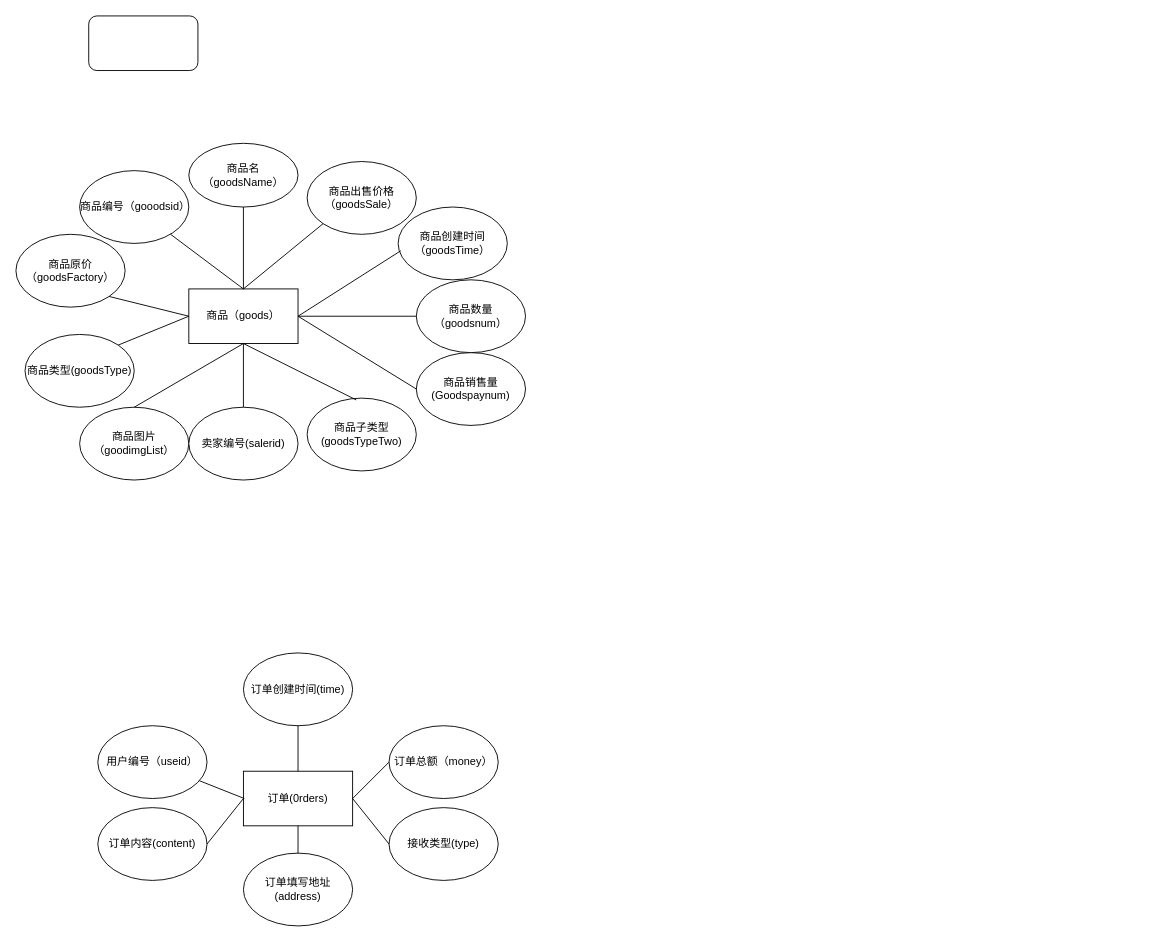
zyjsun/mystudy keeps this draw.io diagram as workspace/test.drawio. Above is the earlier version. Source tidied: cells renumbered, new cells numbered last; positions are measured from the earlier drawing's top-left corner, leaving out a move shared by most shapes. Both pictures are drawn from the tidied source at 91%, with x=0, y=0 at pixel (15, 15).
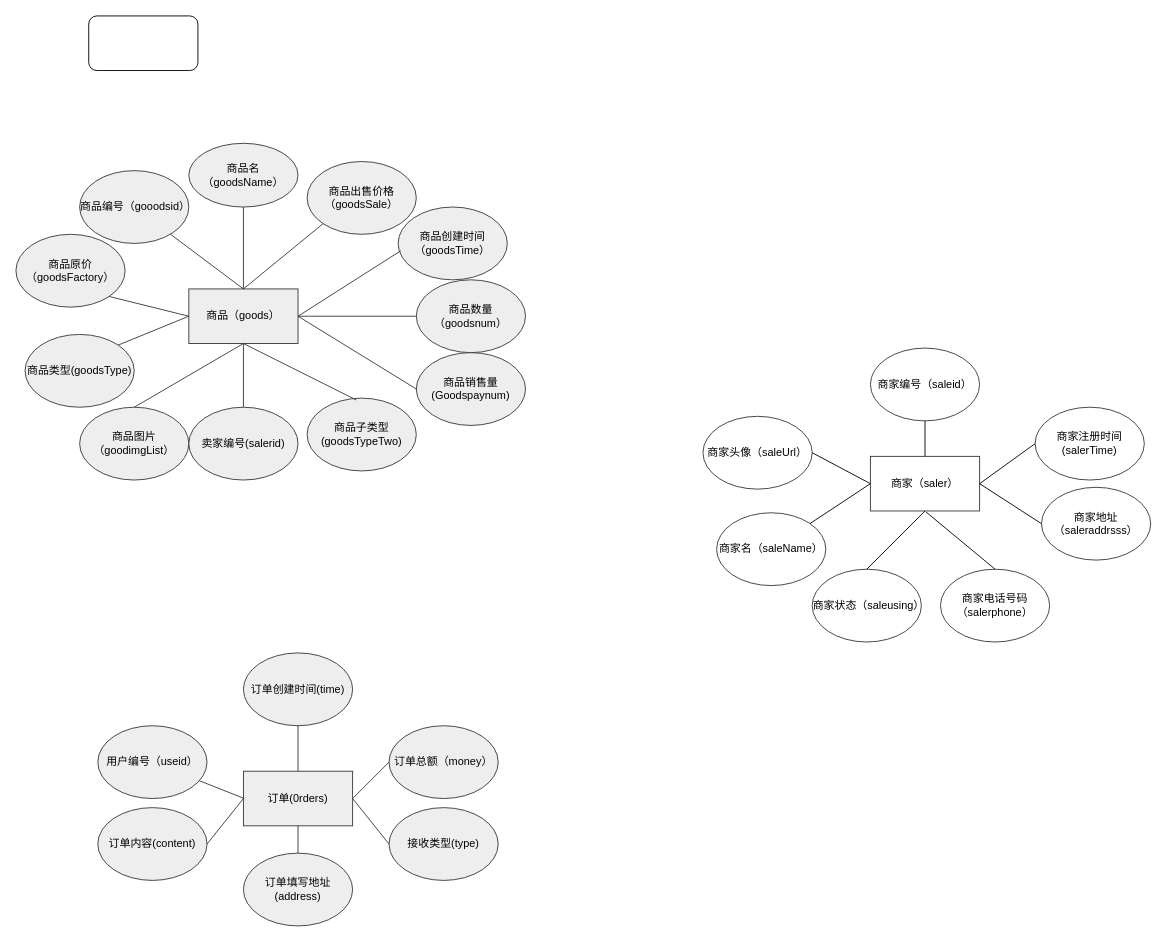
Above is the later version.

The edit, as a diff of the source:
```diff
@@
-<mxGraphModel>
+<mxGraphModel background="#FFFFFF">
@@
-    <mxCell id="3" value="商品（goods）" style="rounded=0;whiteSpace=wrap;html=1;" parent="1" vertex="1">
+    <mxCell id="3" value="商品（goods）" style="rounded=0;whiteSpace=wrap;html=1;fillColor=#eeeeee;strokeColor=#36393d;fontColor=#000000;" parent="1" vertex="1">
       <mxGeometry x="190" y="300" width="120" height="60" as="geometry" />
     </mxCell>
-    <mxCell id="4" value="商品原价（goodsFactory）" style="ellipse;whiteSpace=wrap;html=1;" parent="1" vertex="1">
+    <mxCell id="4" value="商品原价（goodsFactory）" style="ellipse;whiteSpace=wrap;html=1;fillColor=#eeeeee;strokeColor=#36393d;fontColor=#000000;" parent="1" vertex="1">
       <mxGeometry y="240" width="120" height="80" as="geometry" />
     </mxCell>
-    <mxCell id="5" value="商品名（goodsName）" style="ellipse;whiteSpace=wrap;html=1;" parent="1" vertex="1">
+    <mxCell id="5" value="商品名（goodsName）" style="ellipse;whiteSpace=wrap;html=1;fillColor=#eeeeee;strokeColor=#36393d;fontColor=#000000;" parent="1" vertex="1">
       <mxGeometry x="190" y="140" width="120" height="70" as="geometry" />
     </mxCell>
-    <mxCell id="6" value="商品销售量(Goodspaynum)" style="ellipse;whiteSpace=wrap;html=1;" parent="1" vertex="1">
+    <mxCell id="6" value="商品销售量(Goodspaynum)" style="ellipse;whiteSpace=wrap;html=1;fillColor=#eeeeee;strokeColor=#36393d;fontColor=#000000;" parent="1" vertex="1">
       <mxGeometry x="440" y="370" width="120" height="80" as="geometry" />
     </mxCell>
-    <mxCell id="7" style="endArrow=none;html=1;exitX=0.5;exitY=0;exitDx=0;exitDy=0;entryX=0.5;entryY=1;entryDx=0;entryDy=0;" parent="1" edge="1" source="3" target="5">
+    <mxCell id="7" style="endArrow=none;html=1;exitX=0.5;exitY=0;exitDx=0;exitDy=0;entryX=0.5;entryY=1;entryDx=0;entryDy=0;fillColor=#eeeeee;strokeColor=#36393d;fontColor=#000000;" parent="1" edge="1" source="3" target="5">
       <mxGeometry relative="1" as="geometry" />
     </mxCell>
-    <mxCell id="8" style="endArrow=none;html=1;entryX=0;entryY=0.5;entryDx=0;entryDy=0;" parent="1" edge="1" target="6">
+    <mxCell id="8" style="endArrow=none;html=1;entryX=0;entryY=0.5;entryDx=0;entryDy=0;fillColor=#eeeeee;strokeColor=#36393d;fontColor=#000000;" parent="1" edge="1" target="6">
       <mxGeometry relative="1" as="geometry">
         <mxPoint x="310" y="330" as="sourcePoint" />
       </mxGeometry>
     </mxCell>
-    <mxCell id="9" style="endArrow=none;html=1;entryX=0;entryY=0.5;entryDx=0;entryDy=0;exitX=1;exitY=1;exitDx=0;exitDy=0;" parent="1" edge="1" source="4" target="3">
+    <mxCell id="9" style="endArrow=none;html=1;entryX=0;entryY=0.5;entryDx=0;entryDy=0;exitX=1;exitY=1;exitDx=0;exitDy=0;fillColor=#eeeeee;strokeColor=#36393d;fontColor=#000000;" parent="1" edge="1" source="4" target="3">
       <mxGeometry relative="1" as="geometry" />
     </mxCell>
-    <mxCell id="10" value="商品图片（goodimgList）" style="ellipse;whiteSpace=wrap;html=1;" parent="1" vertex="1">
+    <mxCell id="10" value="商品图片（goodimgList）" style="ellipse;whiteSpace=wrap;html=1;fillColor=#eeeeee;strokeColor=#36393d;fontColor=#000000;" parent="1" vertex="1">
       <mxGeometry x="70" y="430" width="120" height="80" as="geometry" />
     </mxCell>
-    <mxCell id="11" style="endArrow=none;html=1;entryX=0.5;entryY=1;entryDx=0;entryDy=0;exitX=0.5;exitY=0;exitDx=0;exitDy=0;" parent="1" edge="1" source="10" target="3">
+    <mxCell id="11" style="endArrow=none;html=1;entryX=0.5;entryY=1;entryDx=0;entryDy=0;exitX=0.5;exitY=0;exitDx=0;exitDy=0;fillColor=#eeeeee;strokeColor=#36393d;fontColor=#000000;" parent="1" edge="1" source="10" target="3">
       <mxGeometry relative="1" as="geometry" />
     </mxCell>
-    <mxCell id="12" value="卖家编号(salerid)" style="ellipse;whiteSpace=wrap;html=1;" parent="1" vertex="1">
+    <mxCell id="12" value="卖家编号(salerid)" style="ellipse;whiteSpace=wrap;html=1;fillColor=#eeeeee;strokeColor=#36393d;fontColor=#000000;" parent="1" vertex="1">
       <mxGeometry x="190" y="430" width="120" height="80" as="geometry" />
     </mxCell>
-    <mxCell id="13" style="endArrow=none;html=1;" parent="1" edge="1" source="12">
+    <mxCell id="13" style="endArrow=none;html=1;fillColor=#eeeeee;strokeColor=#36393d;fontColor=#000000;" parent="1" edge="1" source="12">
       <mxGeometry relative="1" as="geometry">
         <mxPoint x="250" y="360" as="targetPoint" />
       </mxGeometry>
     </mxCell>
-    <mxCell id="14" value="商品编号（gooodsid）" style="ellipse;whiteSpace=wrap;html=1;" parent="1" vertex="1">
+    <mxCell id="14" value="商品编号（gooodsid）" style="ellipse;whiteSpace=wrap;html=1;fillColor=#eeeeee;strokeColor=#36393d;fontColor=#000000;" parent="1" vertex="1">
       <mxGeometry x="70" y="170" width="120" height="80" as="geometry" />
     </mxCell>
-    <mxCell id="15" style="endArrow=none;html=1;" parent="1" edge="1" source="14">
+    <mxCell id="15" style="endArrow=none;html=1;fillColor=#eeeeee;strokeColor=#36393d;fontColor=#000000;" parent="1" edge="1" source="14">
       <mxGeometry relative="1" as="geometry">
         <mxPoint x="250" y="300" as="targetPoint" />
       </mxGeometry>
     </mxCell>
-    <mxCell id="16" value="商品出售价格（goodsSale）" style="ellipse;whiteSpace=wrap;html=1;" parent="1" vertex="1">
+    <mxCell id="16" value="商品出售价格（goodsSale）" style="ellipse;whiteSpace=wrap;html=1;shadow=0;fillColor=#eeeeee;strokeColor=#36393d;fontColor=#000000;" parent="1" vertex="1">
       <mxGeometry x="320" y="160" width="120" height="80" as="geometry" />
     </mxCell>
-    <mxCell id="17" style="endArrow=none;html=1;exitX=0.5;exitY=0;exitDx=0;exitDy=0;entryX=0;entryY=1;entryDx=0;entryDy=0;" parent="1" edge="1" source="3" target="16">
+    <mxCell id="17" style="endArrow=none;html=1;exitX=0.5;exitY=0;exitDx=0;exitDy=0;entryX=0;entryY=1;entryDx=0;entryDy=0;fillColor=#eeeeee;strokeColor=#36393d;fontColor=#000000;" parent="1" edge="1" source="3" target="16">
       <mxGeometry relative="1" as="geometry" />
     </mxCell>
-    <mxCell id="18" value="商品类型(goodsType)" style="ellipse;whiteSpace=wrap;html=1;" parent="1" vertex="1">
+    <mxCell id="18" value="商品类型(goodsType)" style="ellipse;whiteSpace=wrap;html=1;fillColor=#eeeeee;strokeColor=#36393d;fontColor=#000000;" parent="1" vertex="1">
       <mxGeometry x="10" y="350" width="120" height="80" as="geometry" />
     </mxCell>
-    <mxCell id="19" value="商品子类型(goodsTypeTwo)" style="ellipse;whiteSpace=wrap;html=1;" parent="1" vertex="1">
+    <mxCell id="19" value="商品子类型(goodsTypeTwo)" style="ellipse;whiteSpace=wrap;html=1;fillColor=#eeeeee;strokeColor=#36393d;fontColor=#000000;" parent="1" vertex="1">
       <mxGeometry x="320" y="420" width="120" height="80" as="geometry" />
     </mxCell>
-    <mxCell id="20" style="endArrow=none;html=1;exitX=1;exitY=0;exitDx=0;exitDy=0;entryX=0;entryY=0.5;entryDx=0;entryDy=0;" parent="1" edge="1" source="18" target="3">
+    <mxCell id="20" style="endArrow=none;html=1;exitX=1;exitY=0;exitDx=0;exitDy=0;entryX=0;entryY=0.5;entryDx=0;entryDy=0;fillColor=#eeeeee;strokeColor=#36393d;fontColor=#000000;" parent="1" edge="1" source="18" target="3">
       <mxGeometry relative="1" as="geometry" />
     </mxCell>
-    <mxCell id="21" style="endArrow=none;html=1;exitX=0.45;exitY=0.025;exitDx=0;exitDy=0;exitPerimeter=0;" parent="1" edge="1" source="19">
+    <mxCell id="21" style="endArrow=none;html=1;exitX=0.45;exitY=0.025;exitDx=0;exitDy=0;exitPerimeter=0;fillColor=#eeeeee;strokeColor=#36393d;fontColor=#000000;" parent="1" edge="1" source="19">
       <mxGeometry relative="1" as="geometry">
         <mxPoint x="250" y="360" as="targetPoint" />
       </mxGeometry>
     </mxCell>
-    <mxCell id="22" value="商品数量（goodsnum）" style="ellipse;whiteSpace=wrap;html=1;" parent="1" vertex="1">
+    <mxCell id="22" value="商品数量（goodsnum）" style="ellipse;whiteSpace=wrap;html=1;fillColor=#eeeeee;strokeColor=#36393d;fontColor=#000000;" parent="1" vertex="1">
       <mxGeometry x="440" y="290" width="120" height="80" as="geometry" />
     </mxCell>
-    <mxCell id="23" value="商品创建时间（goodsTime）" style="ellipse;whiteSpace=wrap;html=1;" parent="1" vertex="1">
+    <mxCell id="23" value="商品创建时间（goodsTime）" style="ellipse;whiteSpace=wrap;html=1;fillColor=#eeeeee;strokeColor=#36393d;fontColor=#000000;" parent="1" vertex="1">
       <mxGeometry x="420" y="210" width="120" height="80" as="geometry" />
     </mxCell>
-    <mxCell id="24" style="endArrow=none;html=1;entryX=0;entryY=0.5;entryDx=0;entryDy=0;exitX=1;exitY=0.5;exitDx=0;exitDy=0;" parent="1" edge="1" source="3" target="22">
+    <mxCell id="24" style="endArrow=none;html=1;entryX=0;entryY=0.5;entryDx=0;entryDy=0;exitX=1;exitY=0.5;exitDx=0;exitDy=0;fillColor=#eeeeee;strokeColor=#36393d;fontColor=#000000;" parent="1" edge="1" source="3" target="22">
       <mxGeometry relative="1" as="geometry" />
     </mxCell>
-    <mxCell id="25" style="endArrow=none;html=1;entryX=0.025;entryY=0.6;entryDx=0;entryDy=0;entryPerimeter=0;exitX=1;exitY=0.5;exitDx=0;exitDy=0;" parent="1" edge="1" source="3" target="23">
+    <mxCell id="25" style="endArrow=none;html=1;entryX=0.025;entryY=0.6;entryDx=0;entryDy=0;entryPerimeter=0;exitX=1;exitY=0.5;exitDx=0;exitDy=0;fillColor=#eeeeee;strokeColor=#36393d;fontColor=#000000;" parent="1" edge="1" source="3" target="23">
       <mxGeometry relative="1" as="geometry" />
     </mxCell>
-    <mxCell id="26" value="订单(0rders)" style="rounded=0;whiteSpace=wrap;html=1;" parent="1" vertex="1">
+    <mxCell id="26" value="订单(0rders)" style="rounded=0;whiteSpace=wrap;html=1;fillColor=#eeeeee;strokeColor=#36393d;fontColor=#000000;" parent="1" vertex="1">
       <mxGeometry x="250" y="830" width="120" height="60" as="geometry" />
     </mxCell>
-    <mxCell id="27" value="订单内容(content)" style="ellipse;whiteSpace=wrap;html=1;" parent="1" vertex="1">
+    <mxCell id="27" value="订单内容(content)" style="ellipse;whiteSpace=wrap;html=1;fillColor=#eeeeee;strokeColor=#36393d;fontColor=#000000;" parent="1" vertex="1">
       <mxGeometry x="90" y="870" width="120" height="80" as="geometry" />
     </mxCell>
-    <mxCell id="28" value="订单填写地址(address)" style="ellipse;whiteSpace=wrap;html=1;" parent="1" vertex="1">
+    <mxCell id="28" value="订单填写地址(address)" style="ellipse;whiteSpace=wrap;html=1;fillColor=#eeeeee;strokeColor=#36393d;fontColor=#000000;" parent="1" vertex="1">
       <mxGeometry x="250" y="920" width="120" height="80" as="geometry" />
     </mxCell>
-    <mxCell id="29" value="接收类型(type)" style="ellipse;whiteSpace=wrap;html=1;" parent="1" vertex="1">
+    <mxCell id="29" value="接收类型(type)" style="ellipse;whiteSpace=wrap;html=1;fillColor=#eeeeee;strokeColor=#36393d;fontColor=#000000;" parent="1" vertex="1">
       <mxGeometry x="410" y="870" width="120" height="80" as="geometry" />
     </mxCell>
-    <mxCell id="30" value="订单创建时间(time)" style="ellipse;whiteSpace=wrap;html=1;" parent="1" vertex="1">
+    <mxCell id="30" value="订单创建时间(time)" style="ellipse;whiteSpace=wrap;html=1;fillColor=#eeeeee;strokeColor=#36393d;fontColor=#000000;" parent="1" vertex="1">
       <mxGeometry x="250" y="700" width="120" height="80" as="geometry" />
     </mxCell>
-    <mxCell id="31" style="endArrow=none;html=1;exitX=1;exitY=0.5;exitDx=0;exitDy=0;entryX=0;entryY=0.5;entryDx=0;entryDy=0;" parent="1" edge="1" source="27" target="26">
+    <mxCell id="31" style="endArrow=none;html=1;exitX=1;exitY=0.5;exitDx=0;exitDy=0;entryX=0;entryY=0.5;entryDx=0;entryDy=0;fillColor=#eeeeee;strokeColor=#36393d;fontColor=#000000;" parent="1" edge="1" source="27" target="26">
       <mxGeometry relative="1" as="geometry" />
     </mxCell>
-    <mxCell id="32" style="endArrow=none;html=1;entryX=0.5;entryY=1;entryDx=0;entryDy=0;" parent="1" edge="1" target="26">
+    <mxCell id="32" style="endArrow=none;html=1;entryX=0.5;entryY=1;entryDx=0;entryDy=0;fillColor=#eeeeee;strokeColor=#36393d;fontColor=#000000;" parent="1" edge="1" target="26">
       <mxGeometry relative="1" as="geometry">
         <mxPoint x="310" y="920" as="sourcePoint" />
       </mxGeometry>
     </mxCell>
-    <mxCell id="33" style="endArrow=none;html=1;entryX=0.5;entryY=1;entryDx=0;entryDy=0;" parent="1" edge="1" target="30">
+    <mxCell id="33" style="endArrow=none;html=1;entryX=0.5;entryY=1;entryDx=0;entryDy=0;fillColor=#eeeeee;strokeColor=#36393d;fontColor=#000000;" parent="1" edge="1" target="30">
       <mxGeometry relative="1" as="geometry">
         <mxPoint x="310" y="830" as="sourcePoint" />
       </mxGeometry>
     </mxCell>
-    <mxCell id="34" style="endArrow=none;html=1;exitX=0;exitY=0.5;exitDx=0;exitDy=0;entryX=1;entryY=0.5;entryDx=0;entryDy=0;" parent="1" edge="1" source="29" target="26">
+    <mxCell id="34" style="endArrow=none;html=1;exitX=0;exitY=0.5;exitDx=0;exitDy=0;entryX=1;entryY=0.5;entryDx=0;entryDy=0;fillColor=#eeeeee;strokeColor=#36393d;fontColor=#000000;" parent="1" edge="1" source="29" target="26">
       <mxGeometry relative="1" as="geometry" />
     </mxCell>
-    <mxCell id="35" value="用户编号（useid）" style="ellipse;whiteSpace=wrap;html=1;" parent="1" vertex="1">
+    <mxCell id="35" value="用户编号（useid）" style="ellipse;whiteSpace=wrap;html=1;fillColor=#eeeeee;strokeColor=#36393d;fontColor=#000000;" parent="1" vertex="1">
       <mxGeometry x="90" y="780" width="120" height="80" as="geometry" />
     </mxCell>
-    <mxCell id="36" value="订单总额（money）" style="ellipse;whiteSpace=wrap;html=1;" parent="1" vertex="1">
+    <mxCell id="36" value="订单总额（money）" style="ellipse;whiteSpace=wrap;html=1;fillColor=#eeeeee;strokeColor=#36393d;fontColor=#000000;" parent="1" vertex="1">
       <mxGeometry x="410" y="780" width="120" height="80" as="geometry" />
     </mxCell>
-    <mxCell id="37" style="endArrow=none;html=1;" parent="1" edge="1" source="35">
+    <mxCell id="37" style="endArrow=none;html=1;fillColor=#eeeeee;strokeColor=#36393d;fontColor=#000000;" parent="1" edge="1" source="35">
       <mxGeometry relative="1" as="geometry">
         <mxPoint x="251" y="860" as="targetPoint" />
       </mxGeometry>
     </mxCell>
-    <mxCell id="38" style="endArrow=none;html=1;exitX=1;exitY=0.5;exitDx=0;exitDy=0;entryX=0;entryY=0.5;entryDx=0;entryDy=0;" parent="1" edge="1" source="26" target="36">
+    <mxCell id="38" style="endArrow=none;html=1;exitX=1;exitY=0.5;exitDx=0;exitDy=0;entryX=0;entryY=0.5;entryDx=0;entryDy=0;fillColor=#eeeeee;strokeColor=#36393d;fontColor=#000000;" parent="1" edge="1" source="26" target="36">
       <mxGeometry relative="1" as="geometry" />
     </mxCell>
+    <mxCell id="39" value="商家（saler）" style="rounded=0;whiteSpace=wrap;html=1;shadow=0;strokeColor=#36393d;fontColor=#000000;fillColor=none;" parent="1" vertex="1">
+      <mxGeometry x="939" y="484" width="120" height="60" as="geometry" />
+    </mxCell>
+    <mxCell id="40" value="商家头像（saleUrl）" style="ellipse;whiteSpace=wrap;html=1;shadow=0;strokeColor=#36393d;fontColor=#000000;fillColor=none;" parent="1" vertex="1">
+      <mxGeometry x="755" y="440" width="120" height="80" as="geometry" />
+    </mxCell>
+    <mxCell id="41" value="商家状态（saleusing）" style="ellipse;whiteSpace=wrap;html=1;shadow=0;strokeColor=#36393d;fontColor=#000000;fillColor=none;" parent="1" vertex="1">
+      <mxGeometry x="875" y="608" width="120" height="80" as="geometry" />
+    </mxCell>
+    <mxCell id="42" value="商家编号（saleid）" style="ellipse;whiteSpace=wrap;html=1;shadow=0;strokeColor=#36393d;fontColor=#000000;fillColor=none;" parent="1" vertex="1">
+      <mxGeometry x="939" y="365" width="120" height="80" as="geometry" />
+    </mxCell>
+    <mxCell id="43" value="商家注册时间(salerTime)" style="ellipse;whiteSpace=wrap;html=1;shadow=0;strokeColor=#36393d;fontColor=#000000;fillColor=none;" parent="1" vertex="1">
+      <mxGeometry x="1120" y="430" width="120" height="80" as="geometry" />
+    </mxCell>
+    <mxCell id="44" style="endArrow=none;html=1;fontColor=#000000;exitX=1;exitY=0.5;exitDx=0;exitDy=0;entryX=0;entryY=0.5;entryDx=0;entryDy=0;strokeColor=#000000;" parent="1" edge="1" source="40" target="39">
+      <mxGeometry relative="1" as="geometry" />
+    </mxCell>
+    <mxCell id="45" style="endArrow=none;html=1;fontColor=#000000;exitX=0.5;exitY=0;exitDx=0;exitDy=0;entryX=0.5;entryY=1;entryDx=0;entryDy=0;strokeColor=#000000;" parent="1" edge="1" source="41" target="39">
+      <mxGeometry relative="1" as="geometry" />
+    </mxCell>
+    <mxCell id="46" style="endArrow=none;html=1;fontColor=#000000;exitX=0.5;exitY=1;exitDx=0;exitDy=0;entryX=0.5;entryY=0;entryDx=0;entryDy=0;strokeColor=#000000;" parent="1" edge="1" source="42" target="39">
+      <mxGeometry relative="1" as="geometry" />
+    </mxCell>
+    <mxCell id="47" style="endArrow=none;html=1;fontColor=#000000;exitX=0;exitY=0.5;exitDx=0;exitDy=0;entryX=1;entryY=0.5;entryDx=0;entryDy=0;strokeColor=#000000;" parent="1" edge="1" source="43" target="39">
+      <mxGeometry relative="1" as="geometry" />
+    </mxCell>
+    <mxCell id="48" value="商家地址（saleraddrsss）" style="ellipse;whiteSpace=wrap;html=1;shadow=0;strokeColor=#36393d;fontColor=#000000;fillColor=none;" parent="1" vertex="1">
+      <mxGeometry x="1127" y="518" width="120" height="80" as="geometry" />
+    </mxCell>
+    <mxCell id="49" value="商家名（saleName）" style="ellipse;whiteSpace=wrap;html=1;shadow=0;strokeColor=#36393d;fontColor=#000000;fillColor=none;" parent="1" vertex="1">
+      <mxGeometry x="770" y="546" width="120" height="80" as="geometry" />
+    </mxCell>
+    <mxCell id="50" style="endArrow=none;html=1;fontColor=#000000;exitX=0;exitY=0.5;exitDx=0;exitDy=0;strokeColor=#000000;" parent="1" edge="1" source="39" target="49">
+      <mxGeometry relative="1" as="geometry" />
+    </mxCell>
+    <mxCell id="51" style="endArrow=none;html=1;fontColor=#000000;exitX=0;exitY=0.5;exitDx=0;exitDy=0;entryX=1;entryY=0.5;entryDx=0;entryDy=0;strokeColor=#000000;" parent="1" edge="1" source="48" target="39">
+      <mxGeometry relative="1" as="geometry" />
+    </mxCell>
+    <mxCell id="52" value="商家电话号码（salerphone）" style="ellipse;whiteSpace=wrap;html=1;shadow=0;strokeColor=#36393d;fontColor=#000000;fillColor=none;" parent="1" vertex="1">
+      <mxGeometry x="1016" y="608" width="120" height="80" as="geometry" />
+    </mxCell>
+    <mxCell id="53" style="endArrow=none;html=1;fontColor=#000000;exitX=0.5;exitY=0;exitDx=0;exitDy=0;strokeColor=#000000;" parent="1" edge="1" source="52">
+      <mxGeometry relative="1" as="geometry">
+        <mxPoint x="1000" y="545" as="targetPoint" />
+      </mxGeometry>
+    </mxCell>
```
